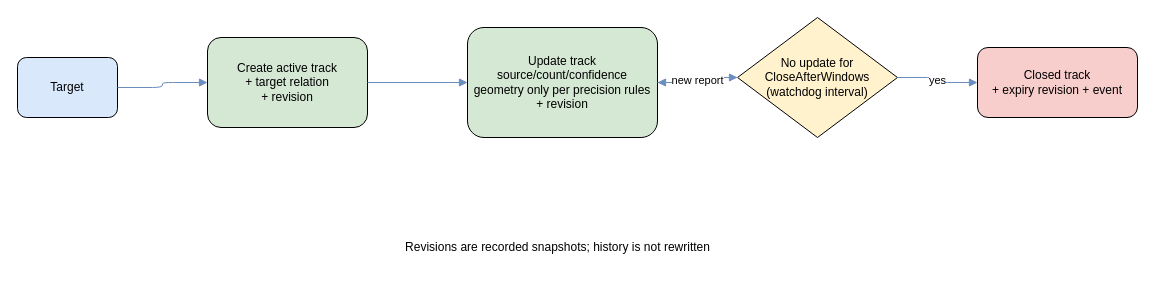
This is docs/diagrams/track-lifecycle-revisions.drawio from sql-monk/Puluj-g, a draw.io file, before an edit. Source tidied: cells renumbered, new cells numbered last; positions are measured from the earlier drawing's top-left corner, leaving out a move shared by most shapes. Both pictures are drawn from the tidied source at 100%, with x=0, y=0 at pixel (17, 17).
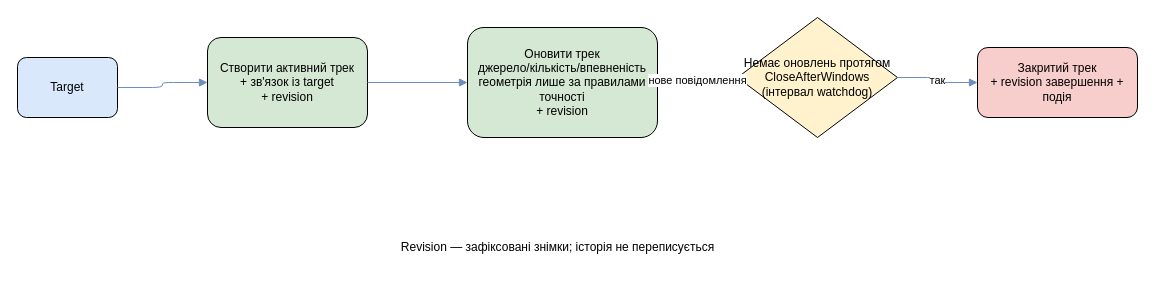
The same diagram, later.

What changed in the source:
```diff
@@
 <mxGraphModel>
   <root>
     <mxCell id="0" />
     <mxCell id="1" parent="0" />
     <mxCell id="2" value="Target" style="rounded=1;whiteSpace=wrap;html=1;fillColor=#dae8fc;" parent="1" vertex="1">
       <mxGeometry y="40" width="100" height="60" as="geometry" />
     </mxCell>
-    <mxCell id="3" value="Create active track&#10;+ target relation&#10;+ revision" style="rounded=1;whiteSpace=wrap;html=1;fillColor=#d5e8d4;" parent="1" vertex="1">
+    <mxCell id="3" value="Створити активний трек&#10;+ зв'язок із target&#10;+ revision" style="rounded=1;whiteSpace=wrap;html=1;fillColor=#d5e8d4;" parent="1" vertex="1">
       <mxGeometry x="190" y="20" width="160" height="90" as="geometry" />
     </mxCell>
-    <mxCell id="4" value="Update track&#10;source/count/confidence&#10;geometry only per precision rules&#10;+ revision" style="rounded=1;whiteSpace=wrap;html=1;fillColor=#d5e8d4;" parent="1" vertex="1">
+    <mxCell id="4" value="Оновити трек&#10;джерело/кількість/впевненість&#10;геометрія лише за правилами точності&#10;+ revision" style="rounded=1;whiteSpace=wrap;html=1;fillColor=#d5e8d4;" parent="1" vertex="1">
       <mxGeometry x="450" y="10" width="190" height="110" as="geometry" />
     </mxCell>
-    <mxCell id="5" value="No update for&#10;CloseAfterWindows&#10;(watchdog interval)" style="rhombus;whiteSpace=wrap;html=1;fillColor=#fff2cc;" parent="1" vertex="1">
+    <mxCell id="5" value="Немає оновлень протягом&#10;CloseAfterWindows&#10;(інтервал watchdog)" style="rhombus;whiteSpace=wrap;html=1;fillColor=#fff2cc;" parent="1" vertex="1">
       <mxGeometry x="720" width="160" height="120" as="geometry" />
     </mxCell>
-    <mxCell id="6" value="Closed track&#10;+ expiry revision + event" style="rounded=1;whiteSpace=wrap;html=1;fillColor=#f8cecc;" parent="1" vertex="1">
+    <mxCell id="6" value="Закритий трек&#10;+ revision завершення + подія" style="rounded=1;whiteSpace=wrap;html=1;fillColor=#f8cecc;" parent="1" vertex="1">
       <mxGeometry x="960" y="30" width="160" height="70" as="geometry" />
     </mxCell>
-    <mxCell id="7" value="Revisions are recorded snapshots; history is not rewritten" style="text;html=1;align=center;verticalAlign=middle;" parent="1" vertex="1">
+    <mxCell id="7" value="Revision — зафіксовані знімки; історія не переписується" style="text;html=1;align=center;verticalAlign=middle;" parent="1" vertex="1">
       <mxGeometry x="340" y="210" width="400" height="40" as="geometry" />
     </mxCell>
     <mxCell id="8" style="edgeStyle=orthogonalEdgeStyle;html=1;endArrow=block;strokeColor=#6c8ebf;" parent="1" edge="1" source="2" target="3">
       <mxGeometry relative="1" as="geometry" />
     </mxCell>
     <mxCell id="9" style="edgeStyle=orthogonalEdgeStyle;html=1;endArrow=block;strokeColor=#6c8ebf;" parent="1" edge="1" source="3" target="4">
       <mxGeometry relative="1" as="geometry" />
     </mxCell>
     <mxCell id="10" style="edgeStyle=orthogonalEdgeStyle;html=1;endArrow=block;strokeColor=#6c8ebf;" parent="1" edge="1" source="4" target="5">
       <mxGeometry relative="1" as="geometry" />
     </mxCell>
-    <mxCell id="11" value="yes" style="edgeStyle=orthogonalEdgeStyle;html=1;endArrow=block;strokeColor=#6c8ebf;" parent="1" edge="1" source="5" target="6">
+    <mxCell id="11" value="так" style="edgeStyle=orthogonalEdgeStyle;html=1;endArrow=block;strokeColor=#6c8ebf;" parent="1" edge="1" source="5" target="6">
       <mxGeometry relative="1" as="geometry" />
     </mxCell>
-    <mxCell id="12" value="new report" style="edgeStyle=orthogonalEdgeStyle;html=1;endArrow=block;strokeColor=#6c8ebf;" parent="1" edge="1" source="5" target="4">
+    <mxCell id="12" value="нове повідомлення" style="edgeStyle=orthogonalEdgeStyle;html=1;endArrow=block;strokeColor=#6c8ebf;" parent="1" edge="1" source="5" target="4">
       <mxGeometry relative="1" as="geometry" />
     </mxCell>
   </root>
 </mxGraphModel>
```
